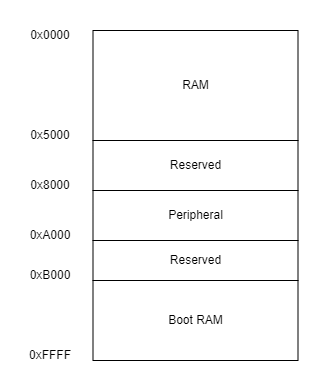
The draw.io diagram img/memorymap.drawio.png in kkinos/zktc, before a commit. Source tidied: cells renumbered, new cells last; positions are measured from the earlier drawing's top-left corner, leaving out a move shared by most shapes. The source it was exported from:
```xml
<mxGraphModel>
  <root>
    <mxCell id="0" />
    <mxCell id="1" parent="0" />
    <mxCell id="2" style="rounded=0;whiteSpace=wrap;html=1;strokeColor=#FFFFFF;" parent="1" vertex="1">
      <mxGeometry width="320" height="390" as="geometry" />
    </mxCell>
    <mxCell id="3" value="RAM" style="rounded=0;whiteSpace=wrap;html=1;" parent="1" vertex="1">
      <mxGeometry x="92.5" y="30" width="205" height="110" as="geometry" />
    </mxCell>
    <mxCell id="4" value="Reserved" style="rounded=0;whiteSpace=wrap;html=1;" parent="1" vertex="1">
      <mxGeometry x="92.5" y="140" width="205" height="50" as="geometry" />
    </mxCell>
    <mxCell id="5" value="Peripheral" style="rounded=0;whiteSpace=wrap;html=1;" parent="1" vertex="1">
      <mxGeometry x="92.5" y="190" width="205" height="50" as="geometry" />
    </mxCell>
    <mxCell id="6" value="Reserved" style="rounded=0;whiteSpace=wrap;html=1;" parent="1" vertex="1">
      <mxGeometry x="92.5" y="240" width="205" height="40" as="geometry" />
    </mxCell>
    <mxCell id="7" value="Boot RAM" style="rounded=0;whiteSpace=wrap;html=1;" parent="1" vertex="1">
      <mxGeometry x="92.5" y="280" width="205" height="80" as="geometry" />
    </mxCell>
    <mxCell id="8" value="0x0000" style="text;html=1;strokeColor=none;fillColor=none;align=center;verticalAlign=middle;whiteSpace=wrap;rounded=0;" parent="1" vertex="1">
      <mxGeometry x="20" y="20" width="60" height="30" as="geometry" />
    </mxCell>
    <mxCell id="9" value="0x5000" style="text;html=1;strokeColor=none;fillColor=none;align=center;verticalAlign=middle;whiteSpace=wrap;rounded=0;" parent="1" vertex="1">
      <mxGeometry x="20" y="120" width="60" height="30" as="geometry" />
    </mxCell>
    <mxCell id="10" value="0x8000" style="text;html=1;strokeColor=none;fillColor=none;align=center;verticalAlign=middle;whiteSpace=wrap;rounded=0;" parent="1" vertex="1">
      <mxGeometry x="20" y="170" width="60" height="30" as="geometry" />
    </mxCell>
    <mxCell id="11" value="0xA000" style="text;html=1;strokeColor=none;fillColor=none;align=center;verticalAlign=middle;whiteSpace=wrap;rounded=0;" parent="1" vertex="1">
      <mxGeometry x="20" y="220" width="60" height="30" as="geometry" />
    </mxCell>
    <mxCell id="12" value="0xB000" style="text;html=1;strokeColor=none;fillColor=none;align=center;verticalAlign=middle;whiteSpace=wrap;rounded=0;" parent="1" vertex="1">
      <mxGeometry x="20" y="260" width="60" height="30" as="geometry" />
    </mxCell>
    <mxCell id="13" value="0xFFFF" style="text;html=1;strokeColor=none;fillColor=none;align=center;verticalAlign=middle;whiteSpace=wrap;rounded=0;" parent="1" vertex="1">
      <mxGeometry x="20" y="340" width="60" height="30" as="geometry" />
    </mxCell>
  </root>
</mxGraphModel>
```
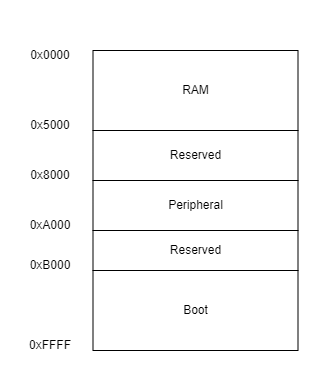
After the change.

Change to the diagram source:
```diff
@@ -3,10 +3,10 @@
     <mxCell id="0" />
     <mxCell id="1" parent="0" />
     <mxCell id="2" style="rounded=0;whiteSpace=wrap;html=1;strokeColor=#FFFFFF;" parent="1" vertex="1">
-      <mxGeometry width="320" height="390" as="geometry" />
+      <mxGeometry y="10" width="320" height="380" as="geometry" />
     </mxCell>
     <mxCell id="3" value="RAM" style="rounded=0;whiteSpace=wrap;html=1;" parent="1" vertex="1">
-      <mxGeometry x="92.5" y="30" width="205" height="110" as="geometry" />
+      <mxGeometry x="92.5" y="60" width="205" height="80" as="geometry" />
     </mxCell>
     <mxCell id="4" value="Reserved" style="rounded=0;whiteSpace=wrap;html=1;" parent="1" vertex="1">
       <mxGeometry x="92.5" y="140" width="205" height="50" as="geometry" />
@@ -17,11 +17,11 @@
     <mxCell id="6" value="Reserved" style="rounded=0;whiteSpace=wrap;html=1;" parent="1" vertex="1">
       <mxGeometry x="92.5" y="240" width="205" height="40" as="geometry" />
     </mxCell>
-    <mxCell id="7" value="Boot RAM" style="rounded=0;whiteSpace=wrap;html=1;" parent="1" vertex="1">
+    <mxCell id="7" value="Boot" style="rounded=0;whiteSpace=wrap;html=1;" parent="1" vertex="1">
       <mxGeometry x="92.5" y="280" width="205" height="80" as="geometry" />
     </mxCell>
     <mxCell id="8" value="0x0000" style="text;html=1;strokeColor=none;fillColor=none;align=center;verticalAlign=middle;whiteSpace=wrap;rounded=0;" parent="1" vertex="1">
-      <mxGeometry x="20" y="20" width="60" height="30" as="geometry" />
+      <mxGeometry x="20" y="50" width="60" height="30" as="geometry" />
     </mxCell>
     <mxCell id="9" value="0x5000" style="text;html=1;strokeColor=none;fillColor=none;align=center;verticalAlign=middle;whiteSpace=wrap;rounded=0;" parent="1" vertex="1">
       <mxGeometry x="20" y="120" width="60" height="30" as="geometry" />
```
